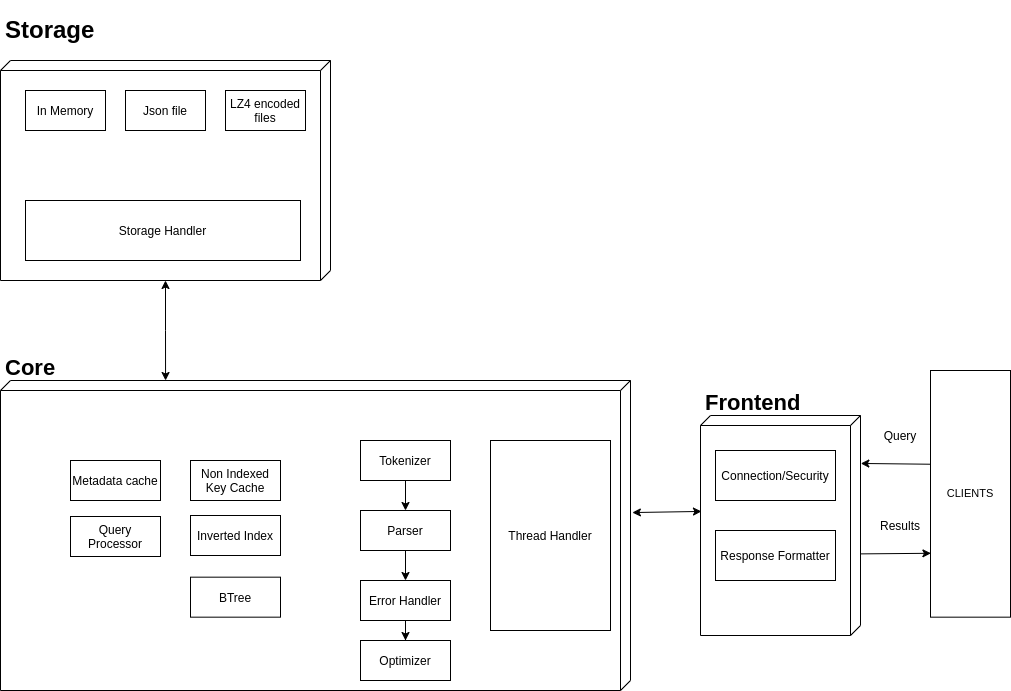
Universemul/flashdb keeps this draw.io diagram as ADR/media/architecture_flashdb.png. Above is the earlier version. Source tidied: cells renumbered, new cells last; positions are measured from the earlier drawing's top-left corner, leaving out a move shared by most shapes. Its diagram source:
```xml
<mxGraphModel>
  <root>
    <mxCell id="0" />
    <mxCell id="1" parent="0" />
    <mxCell id="2" style="edgeStyle=orthogonalEdgeStyle;rounded=0;jettySize=auto;html=1;fontColor=#000000;startArrow=classic;startFill=1;endArrow=classic;endFill=1;entryX=0;entryY=0.738;entryDx=0;entryDy=0;entryPerimeter=0;" parent="1" edge="1" source="3" target="4">
      <mxGeometry relative="1" as="geometry" />
    </mxCell>
    <mxCell id="3" style="verticalAlign=top;align=left;spacingTop=8;spacingLeft=2;spacingRight=12;shape=cube;size=10;direction=south;fontStyle=4;html=1;rounded=0;shadow=0;comic=0;labelBackgroundColor=none;strokeWidth=1;fontFamily=Verdana;fontSize=12;" parent="1" vertex="1">
      <mxGeometry y="50" width="330" height="220" as="geometry" />
    </mxCell>
    <mxCell id="4" style="verticalAlign=top;align=left;spacingTop=8;spacingLeft=2;spacingRight=12;shape=cube;size=10;direction=south;fontStyle=4;html=1;rounded=0;shadow=0;comic=0;labelBackgroundColor=none;strokeWidth=1;fontFamily=Verdana;fontSize=12;" parent="1" vertex="1">
      <mxGeometry y="370" width="630" height="310" as="geometry" />
    </mxCell>
    <mxCell id="5" value="In Memory" style="rounded=0;whiteSpace=wrap;html=1;" parent="1" vertex="1">
      <mxGeometry x="25" y="80" width="80" height="40" as="geometry" />
    </mxCell>
    <mxCell id="6" value="Json file" style="rounded=0;whiteSpace=wrap;html=1;" parent="1" vertex="1">
      <mxGeometry x="125" y="80" width="80" height="40" as="geometry" />
    </mxCell>
    <mxCell id="7" value="LZ4 encoded files" style="rounded=0;whiteSpace=wrap;html=1;" parent="1" vertex="1">
      <mxGeometry x="225" y="80" width="80" height="40" as="geometry" />
    </mxCell>
    <mxCell id="8" value="&lt;h1&gt;Storage&lt;/h1&gt;" style="text;html=1;strokeColor=none;fillColor=none;spacing=5;spacingTop=-20;whiteSpace=wrap;overflow=hidden;rounded=0;" parent="1" vertex="1">
      <mxGeometry width="100" height="50" as="geometry" />
    </mxCell>
    <mxCell id="9" value="&lt;h1&gt;Core&lt;/h1&gt;" style="text;html=1;strokeColor=none;fillColor=none;spacing=5;spacingTop=-20;whiteSpace=wrap;overflow=hidden;rounded=0;fontSize=11;" parent="1" vertex="1">
      <mxGeometry y="340" width="70" height="30" as="geometry" />
    </mxCell>
    <mxCell id="10" style="verticalAlign=top;align=left;spacingTop=8;spacingLeft=2;spacingRight=12;shape=cube;size=10;direction=south;fontStyle=4;html=1;rounded=0;shadow=0;comic=0;labelBackgroundColor=none;strokeWidth=1;fontFamily=Verdana;fontSize=12;" parent="1" vertex="1">
      <mxGeometry x="700" y="405" width="160" height="220" as="geometry" />
    </mxCell>
    <mxCell id="11" value="CLIENTS" style="rounded=0;whiteSpace=wrap;html=1;fontSize=11;" parent="1" vertex="1">
      <mxGeometry x="930" y="360" width="80" height="246.7" as="geometry" />
    </mxCell>
    <mxCell id="12" value="&lt;h1&gt;Frontend&lt;/h1&gt;&lt;p&gt;&lt;br&gt;&lt;/p&gt;" style="text;html=1;strokeColor=none;fillColor=none;spacing=5;spacingTop=-20;whiteSpace=wrap;overflow=hidden;rounded=0;fontSize=11;" parent="1" vertex="1">
      <mxGeometry x="700" y="375" width="110" height="30" as="geometry" />
    </mxCell>
    <mxCell id="13" style="endArrow=classic;html=1;rounded=0;entryX=0.218;entryY=-0.002;entryDx=0;entryDy=0;entryPerimeter=0;exitX=0.003;exitY=0.38;exitDx=0;exitDy=0;exitPerimeter=0;" parent="1" edge="1" source="11" target="10">
      <mxGeometry relative="1" as="geometry" />
    </mxCell>
    <mxCell id="14" value="Query" style="text;html=1;strokeColor=none;fillColor=none;align=center;verticalAlign=middle;whiteSpace=wrap;rounded=0;" parent="1" vertex="1">
      <mxGeometry x="870" y="410" width="60" height="30" as="geometry" />
    </mxCell>
    <mxCell id="15" style="endArrow=classic;html=1;rounded=0;fontColor=#97D077;exitX=0.629;exitY=-0.002;exitDx=0;exitDy=0;exitPerimeter=0;entryX=0.005;entryY=0.741;entryDx=0;entryDy=0;entryPerimeter=0;" parent="1" edge="1" target="11">
      <mxGeometry relative="1" as="geometry">
        <mxPoint x="860.3" y="543.4" as="sourcePoint" />
      </mxGeometry>
    </mxCell>
    <mxCell id="16" value="Results" style="text;html=1;strokeColor=none;fillColor=none;align=center;verticalAlign=middle;whiteSpace=wrap;rounded=0;labelBackgroundColor=none;labelBorderColor=none;fontColor=#000000;" parent="1" vertex="1">
      <mxGeometry x="870" y="500" width="60" height="30" as="geometry" />
    </mxCell>
    <mxCell id="17" value="Connection/Security" style="rounded=0;whiteSpace=wrap;html=1;" parent="1" vertex="1">
      <mxGeometry x="715" y="440" width="120" height="50" as="geometry" />
    </mxCell>
    <mxCell id="18" value="Response Formatter" style="rounded=0;whiteSpace=wrap;html=1;" parent="1" vertex="1">
      <mxGeometry x="715" y="520" width="120" height="50" as="geometry" />
    </mxCell>
    <mxCell id="19" style="endArrow=classic;startArrow=classic;html=1;rounded=0;fontColor=#000000;entryX=0.436;entryY=0.994;entryDx=0;entryDy=0;entryPerimeter=0;exitX=0.426;exitY=-0.003;exitDx=0;exitDy=0;exitPerimeter=0;" parent="1" edge="1" source="4" target="10">
      <mxGeometry relative="1" as="geometry" />
    </mxCell>
    <mxCell id="20" value="Thread Handler" style="rounded=0;whiteSpace=wrap;html=1;" parent="1" vertex="1">
      <mxGeometry x="490" y="430" width="120" height="190" as="geometry" />
    </mxCell>
    <mxCell id="21" value="Tokenizer" style="rounded=0;whiteSpace=wrap;html=1;labelBackgroundColor=none;labelBorderColor=none;fontColor=#000000;strokeColor=#000000;gradientColor=none;" parent="1" vertex="1">
      <mxGeometry x="360" y="430" width="90" height="40" as="geometry" />
    </mxCell>
    <mxCell id="22" style="edgeStyle=orthogonalEdgeStyle;rounded=0;jettySize=auto;html=1;fontColor=#000000;startArrow=classic;startFill=1;endArrow=none;endFill=0;" parent="1" edge="1" source="23" target="21">
      <mxGeometry relative="1" as="geometry" />
    </mxCell>
    <mxCell id="23" value="Parser" style="rounded=0;whiteSpace=wrap;html=1;labelBackgroundColor=none;labelBorderColor=none;fontColor=#000000;strokeColor=#000000;gradientColor=none;" parent="1" vertex="1">
      <mxGeometry x="360" y="500" width="90" height="40" as="geometry" />
    </mxCell>
    <mxCell id="24" style="edgeStyle=orthogonalEdgeStyle;rounded=0;jettySize=auto;html=1;fontColor=#000000;startArrow=classic;startFill=1;endArrow=none;endFill=0;" parent="1" edge="1" source="26" target="23">
      <mxGeometry relative="1" as="geometry" />
    </mxCell>
    <mxCell id="25" style="edgeStyle=orthogonalEdgeStyle;rounded=0;jettySize=auto;html=1;fontColor=#000000;startArrow=none;startFill=0;endArrow=classic;endFill=1;" parent="1" edge="1" source="26" target="27">
      <mxGeometry relative="1" as="geometry" />
    </mxCell>
    <mxCell id="26" value="Error Handler" style="rounded=0;whiteSpace=wrap;html=1;labelBackgroundColor=none;labelBorderColor=none;fontColor=#000000;strokeColor=#000000;gradientColor=none;" parent="1" vertex="1">
      <mxGeometry x="360" y="570" width="90" height="40" as="geometry" />
    </mxCell>
    <mxCell id="27" value="Optimizer" style="rounded=0;whiteSpace=wrap;html=1;labelBackgroundColor=none;labelBorderColor=none;fontColor=#000000;strokeColor=#000000;gradientColor=none;" parent="1" vertex="1">
      <mxGeometry x="360" y="630" width="90" height="40" as="geometry" />
    </mxCell>
    <mxCell id="28" value="Non Indexed Key Cache" style="rounded=0;whiteSpace=wrap;html=1;labelBackgroundColor=none;labelBorderColor=none;fontColor=#000000;strokeColor=#000000;gradientColor=none;" parent="1" vertex="1">
      <mxGeometry x="190" y="450" width="90" height="40" as="geometry" />
    </mxCell>
    <mxCell id="29" value="Inverted Index" style="rounded=0;whiteSpace=wrap;html=1;labelBackgroundColor=none;labelBorderColor=none;fontColor=#000000;strokeColor=#000000;gradientColor=none;" parent="1" vertex="1">
      <mxGeometry x="190" y="505" width="90" height="40" as="geometry" />
    </mxCell>
    <mxCell id="30" value="BTree" style="rounded=0;whiteSpace=wrap;html=1;labelBackgroundColor=none;labelBorderColor=none;fontColor=#000000;strokeColor=#000000;gradientColor=none;" parent="1" vertex="1">
      <mxGeometry x="190" y="566.7" width="90" height="40" as="geometry" />
    </mxCell>
    <mxCell id="31" value="Metadata cache" style="rounded=0;whiteSpace=wrap;html=1;labelBackgroundColor=none;labelBorderColor=none;fontColor=#000000;strokeColor=#000000;gradientColor=none;" parent="1" vertex="1">
      <mxGeometry x="70" y="450" width="90" height="40" as="geometry" />
    </mxCell>
    <mxCell id="32" value="Query Processor" style="rounded=0;whiteSpace=wrap;html=1;labelBackgroundColor=none;labelBorderColor=none;fontColor=#000000;strokeColor=#000000;gradientColor=none;" parent="1" vertex="1">
      <mxGeometry x="70" y="506" width="90" height="40" as="geometry" />
    </mxCell>
    <mxCell id="33" value="Storage Handler" style="rounded=0;whiteSpace=wrap;html=1;labelBackgroundColor=none;labelBorderColor=none;fontColor=#000000;strokeColor=#000000;gradientColor=none;" parent="1" vertex="1">
      <mxGeometry x="25" y="190" width="275" height="60" as="geometry" />
    </mxCell>
  </root>
</mxGraphModel>
```
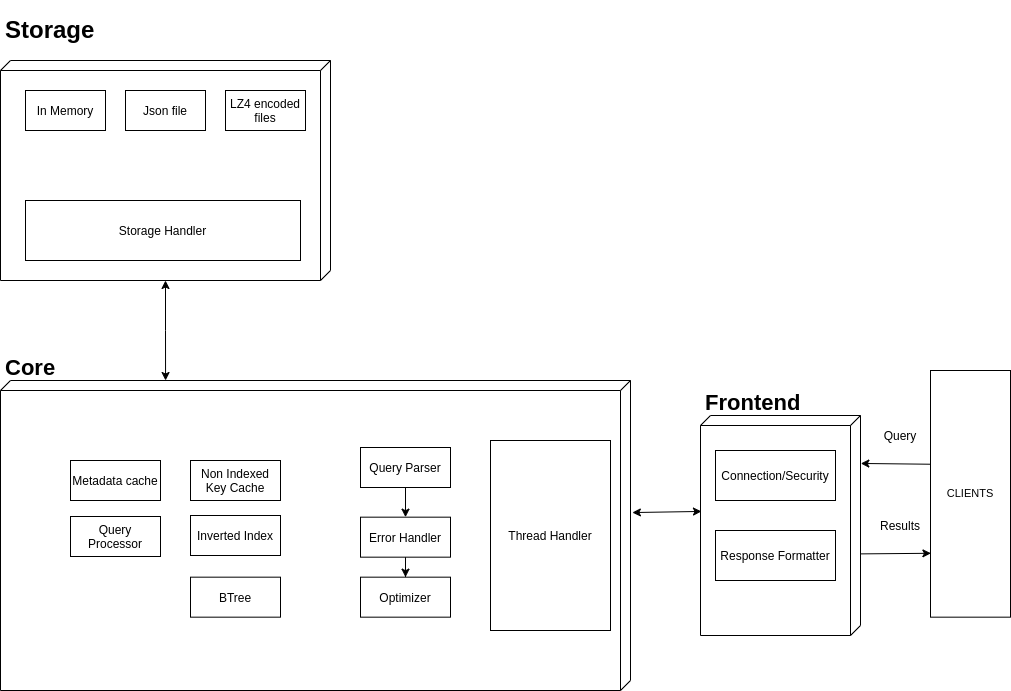
The same file after the commit.

What changed in the source:
```diff
@@ -61,26 +61,22 @@
     <mxCell id="20" value="Thread Handler" style="rounded=0;whiteSpace=wrap;html=1;" parent="1" vertex="1">
       <mxGeometry x="490" y="430" width="120" height="190" as="geometry" />
     </mxCell>
-    <mxCell id="21" value="Tokenizer" style="rounded=0;whiteSpace=wrap;html=1;labelBackgroundColor=none;labelBorderColor=none;fontColor=#000000;strokeColor=#000000;gradientColor=none;" parent="1" vertex="1">
-      <mxGeometry x="360" y="430" width="90" height="40" as="geometry" />
+    <mxCell id="21" value="Query Parser" style="rounded=0;whiteSpace=wrap;html=1;labelBackgroundColor=none;labelBorderColor=none;fontColor=#000000;strokeColor=#000000;gradientColor=none;" parent="1" vertex="1">
+      <mxGeometry x="360" y="437" width="90" height="40" as="geometry" />
     </mxCell>
-    <mxCell id="22" style="edgeStyle=orthogonalEdgeStyle;rounded=0;jettySize=auto;html=1;fontColor=#000000;startArrow=classic;startFill=1;endArrow=none;endFill=0;" parent="1" edge="1" source="23" target="21">
-      <mxGeometry relative="1" as="geometry" />
-    </mxCell>
-    <mxCell id="23" value="Parser" style="rounded=0;whiteSpace=wrap;html=1;labelBackgroundColor=none;labelBorderColor=none;fontColor=#000000;strokeColor=#000000;gradientColor=none;" parent="1" vertex="1">
-      <mxGeometry x="360" y="500" width="90" height="40" as="geometry" />
-    </mxCell>
-    <mxCell id="24" style="edgeStyle=orthogonalEdgeStyle;rounded=0;jettySize=auto;html=1;fontColor=#000000;startArrow=classic;startFill=1;endArrow=none;endFill=0;" parent="1" edge="1" source="26" target="23">
-      <mxGeometry relative="1" as="geometry" />
+    <mxCell id="24" style="edgeStyle=orthogonalEdgeStyle;rounded=0;jettySize=auto;html=1;fontColor=#000000;startArrow=classic;startFill=1;endArrow=none;endFill=0;" parent="1" edge="1" source="26">
+      <mxGeometry relative="1" as="geometry">
+        <mxPoint x="405" y="476.7" as="targetPoint" />
+      </mxGeometry>
     </mxCell>
     <mxCell id="25" style="edgeStyle=orthogonalEdgeStyle;rounded=0;jettySize=auto;html=1;fontColor=#000000;startArrow=none;startFill=0;endArrow=classic;endFill=1;" parent="1" edge="1" source="26" target="27">
       <mxGeometry relative="1" as="geometry" />
     </mxCell>
     <mxCell id="26" value="Error Handler" style="rounded=0;whiteSpace=wrap;html=1;labelBackgroundColor=none;labelBorderColor=none;fontColor=#000000;strokeColor=#000000;gradientColor=none;" parent="1" vertex="1">
-      <mxGeometry x="360" y="570" width="90" height="40" as="geometry" />
+      <mxGeometry x="360" y="506.7" width="90" height="40" as="geometry" />
     </mxCell>
     <mxCell id="27" value="Optimizer" style="rounded=0;whiteSpace=wrap;html=1;labelBackgroundColor=none;labelBorderColor=none;fontColor=#000000;strokeColor=#000000;gradientColor=none;" parent="1" vertex="1">
-      <mxGeometry x="360" y="630" width="90" height="40" as="geometry" />
+      <mxGeometry x="360" y="566.7" width="90" height="40" as="geometry" />
     </mxCell>
     <mxCell id="28" value="Non Indexed Key Cache" style="rounded=0;whiteSpace=wrap;html=1;labelBackgroundColor=none;labelBorderColor=none;fontColor=#000000;strokeColor=#000000;gradientColor=none;" parent="1" vertex="1">
       <mxGeometry x="190" y="450" width="90" height="40" as="geometry" />
```
